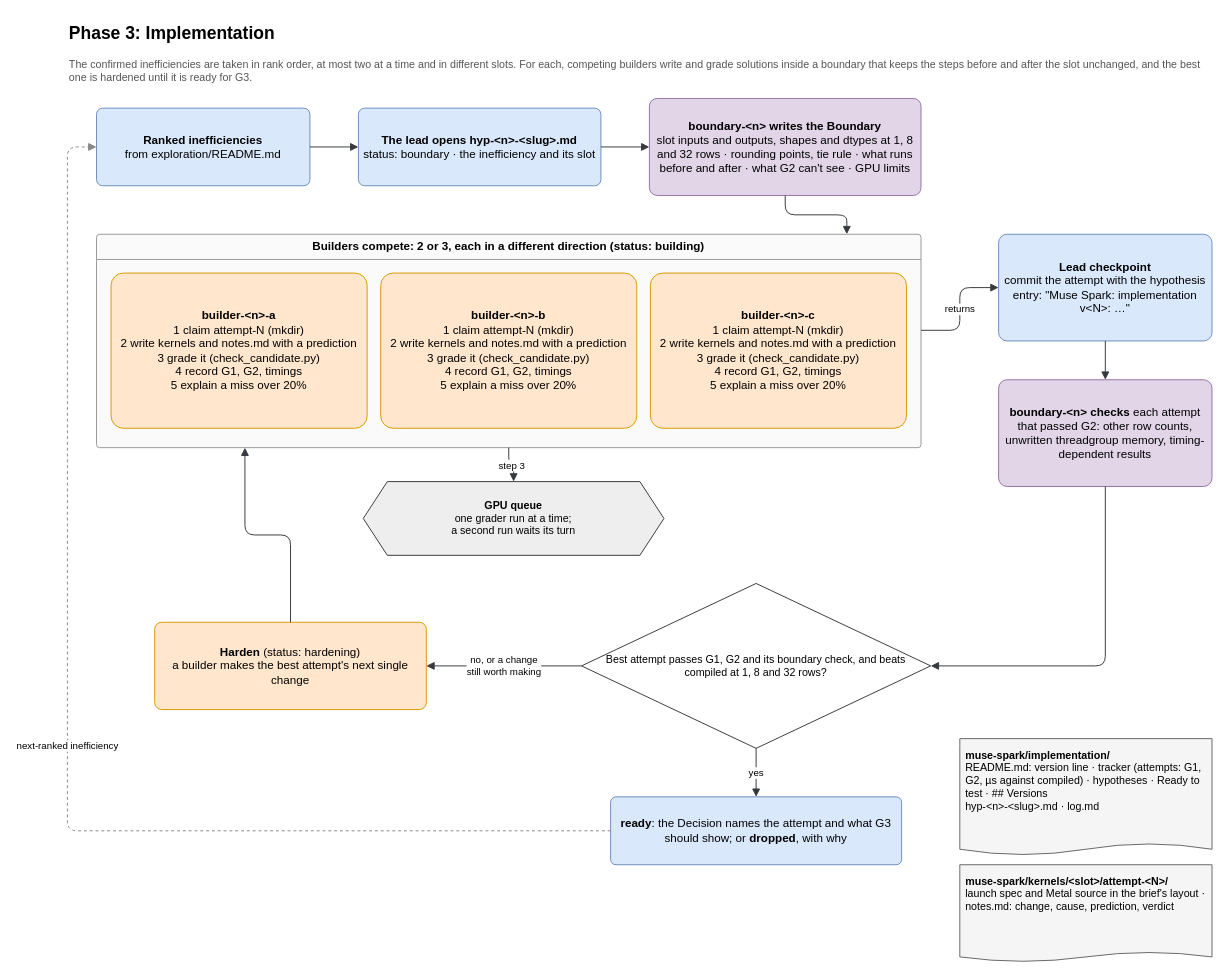
The draw.io diagram page "Implementation" (3 of 3) of claude/diagrams/muse-swarm.drawio in surucuonur/WeSolve-MetaHackathon, before the edit. Source tidied: cells renumbered, new cells numbered last; positions are measured from the earlier drawing's top-left corner, leaving out a move shared by most shapes. Both pictures are drawn from the tidied source at 97%, with x=0, y=0 at pixel (67, 16).
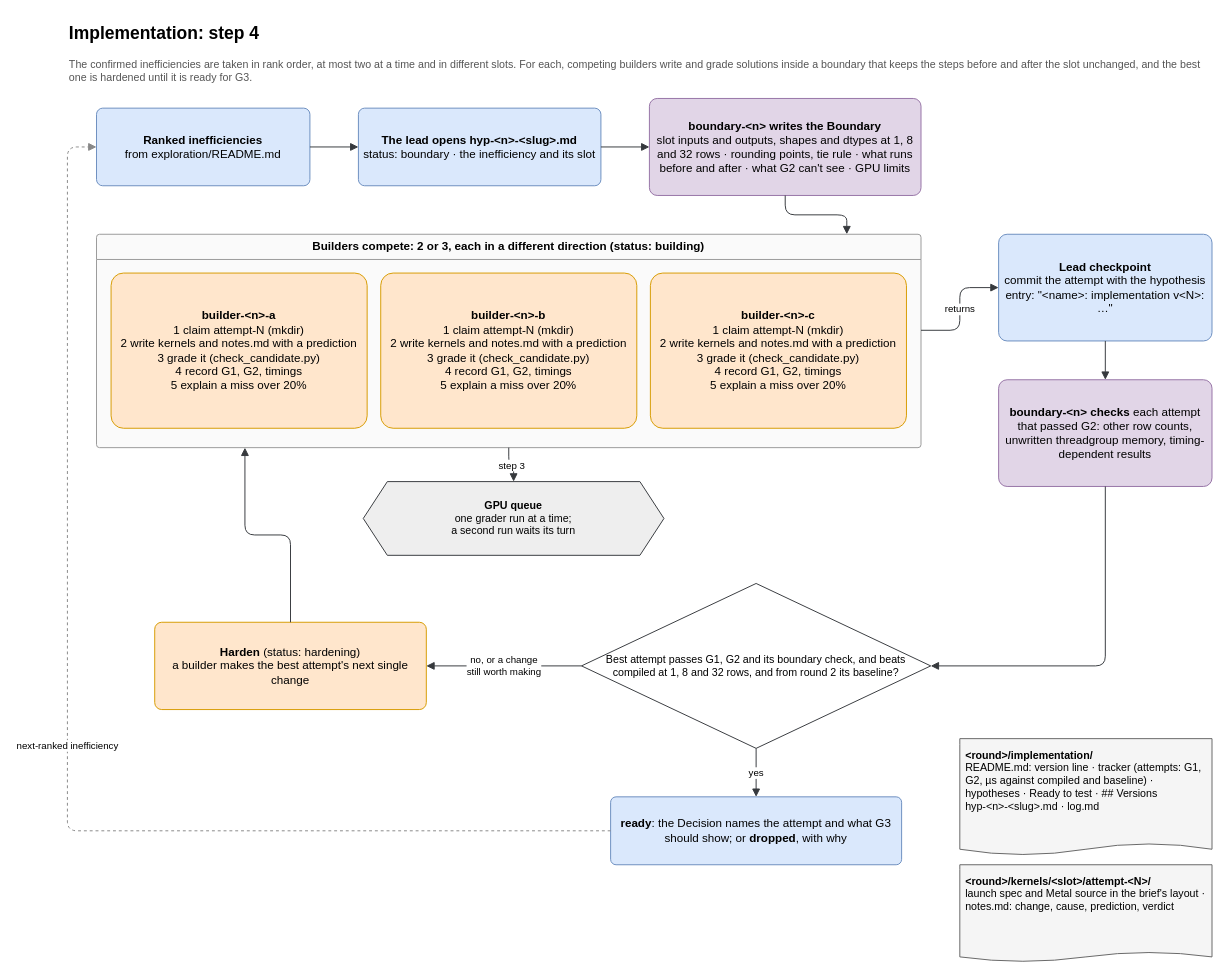
Above is the later version.

The edit, as a diff of the source:
```diff
@@
-    <mxCell id="2" value="Phase 3: Implementation" style="text;html=1;fontSize=18;fontStyle=1;align=left;verticalAlign=middle;" parent="1" vertex="1">
+    <mxCell id="2" value="Implementation: step 4" style="text;html=1;fontSize=18;fontStyle=1;align=left;verticalAlign=middle;" parent="1" vertex="1">
       <mxGeometry width="600" height="34" as="geometry" />
     </mxCell>
@@
-    <mxCell id="16" value="&lt;b&gt;Lead checkpoint&lt;/b&gt;&lt;br&gt;commit the attempt with the hypothesis entry: &amp;quot;Muse Spark: implementation v&amp;lt;N&amp;gt;: …&amp;quot;" style="rounded=1;whiteSpace=wrap;html=1;arcSize=8;fontSize=12;spacing=6;fillColor=#dae8fc;strokeColor=#6c8ebf;" parent="1" vertex="1">
+    <mxCell id="16" value="&lt;b&gt;Lead checkpoint&lt;/b&gt;&lt;br&gt;commit the attempt with the hypothesis entry: &amp;quot;&amp;lt;name&amp;gt;: implementation v&amp;lt;N&amp;gt;: …&amp;quot;" style="rounded=1;whiteSpace=wrap;html=1;arcSize=8;fontSize=12;spacing=6;fillColor=#dae8fc;strokeColor=#6c8ebf;" parent="1" vertex="1">
       <mxGeometry x="960" y="224" width="220" height="110" as="geometry" />
     </mxCell>
@@
-    <mxCell id="20" value="Best attempt passes G1, G2 and its boundary check, and beats compiled at 1, 8 and 32 rows?" style="rhombus;whiteSpace=wrap;html=1;fontSize=11;fillColor=#ffffff;strokeColor=#36393d;spacing=18;" parent="1" vertex="1">
+    <mxCell id="20" value="Best attempt passes G1, G2 and its boundary check, and beats compiled at 1, 8 and 32 rows, and from round 2 its baseline?" style="rhombus;whiteSpace=wrap;html=1;fontSize=11;fillColor=#ffffff;strokeColor=#36393d;spacing=18;" parent="1" vertex="1">
       <mxGeometry x="530" y="584" width="360" height="170" as="geometry" />
     </mxCell>
@@
-    <mxCell id="28" value="&lt;b&gt;muse-spark/implementation/&lt;/b&gt;&lt;br&gt;README.md: version line · tracker (attempts: G1, G2, µs against compiled) · hypotheses · Ready to test · ## Versions&lt;br&gt;hyp-&amp;lt;n&amp;gt;-&amp;lt;slug&amp;gt;.md · log.md" style="shape=document;whiteSpace=wrap;html=1;boundedLbl=1;size=0.1;fontSize=11;spacing=6;fillColor=#f5f5f5;strokeColor=#666666;align=left;verticalAlign=top;" parent="1" vertex="1">
+    <mxCell id="28" value="&lt;b&gt;&amp;lt;round&amp;gt;/implementation/&lt;/b&gt;&lt;br&gt;README.md: version line · tracker (attempts: G1, G2, µs against compiled and baseline) · hypotheses · Ready to test · ## Versions&lt;br&gt;hyp-&amp;lt;n&amp;gt;-&amp;lt;slug&amp;gt;.md · log.md" style="shape=document;whiteSpace=wrap;html=1;boundedLbl=1;size=0.1;fontSize=11;spacing=6;fillColor=#f5f5f5;strokeColor=#666666;align=left;verticalAlign=top;" parent="1" vertex="1">
       <mxGeometry x="920" y="744" width="260" height="120" as="geometry" />
     </mxCell>
-    <mxCell id="29" value="&lt;b&gt;muse-spark/kernels/&amp;lt;slot&amp;gt;/attempt-&amp;lt;N&amp;gt;/&lt;/b&gt;&lt;br&gt;launch spec and Metal source in the brief's layout · notes.md: change, cause, prediction, verdict" style="shape=document;whiteSpace=wrap;html=1;boundedLbl=1;size=0.1;fontSize=11;spacing=6;fillColor=#f5f5f5;strokeColor=#666666;align=left;verticalAlign=top;" parent="1" vertex="1">
+    <mxCell id="29" value="&lt;b&gt;&amp;lt;round&amp;gt;/kernels/&amp;lt;slot&amp;gt;/attempt-&amp;lt;N&amp;gt;/&lt;/b&gt;&lt;br&gt;launch spec and Metal source in the brief's layout · notes.md: change, cause, prediction, verdict" style="shape=document;whiteSpace=wrap;html=1;boundedLbl=1;size=0.1;fontSize=11;spacing=6;fillColor=#f5f5f5;strokeColor=#666666;align=left;verticalAlign=top;" parent="1" vertex="1">
       <mxGeometry x="920" y="874" width="260" height="100" as="geometry" />
     </mxCell>
```
